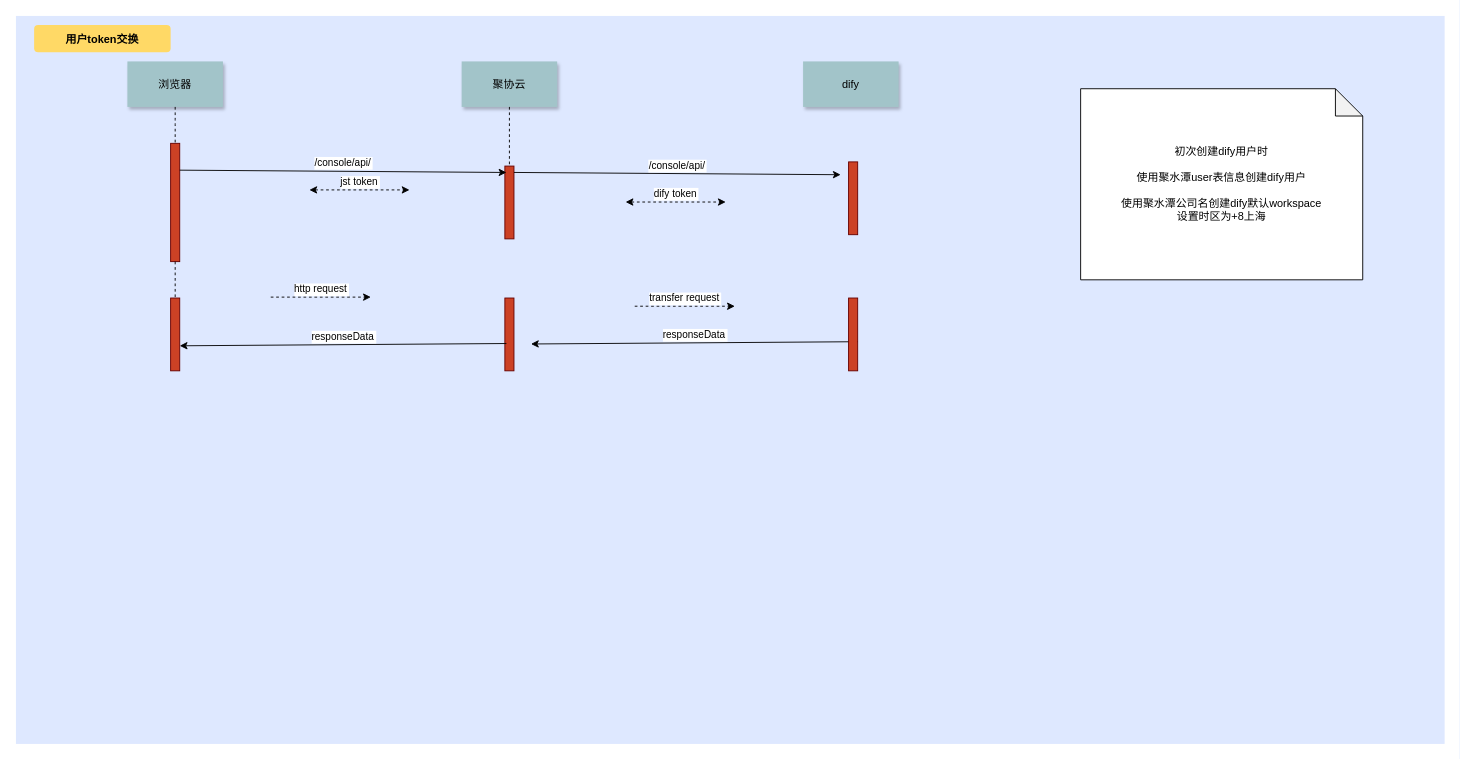
This is 未命名绘图.drawio from hijimo/flow-pics, a draw.io file, before an edit. Source tidied: cells renumbered, new cells numbered last; positions are measured from the earlier drawing's top-left corner, leaving out a move shared by most shapes. Both pictures are drawn from the tidied source at 91%, with x=0, y=0 at pixel (15, 15).
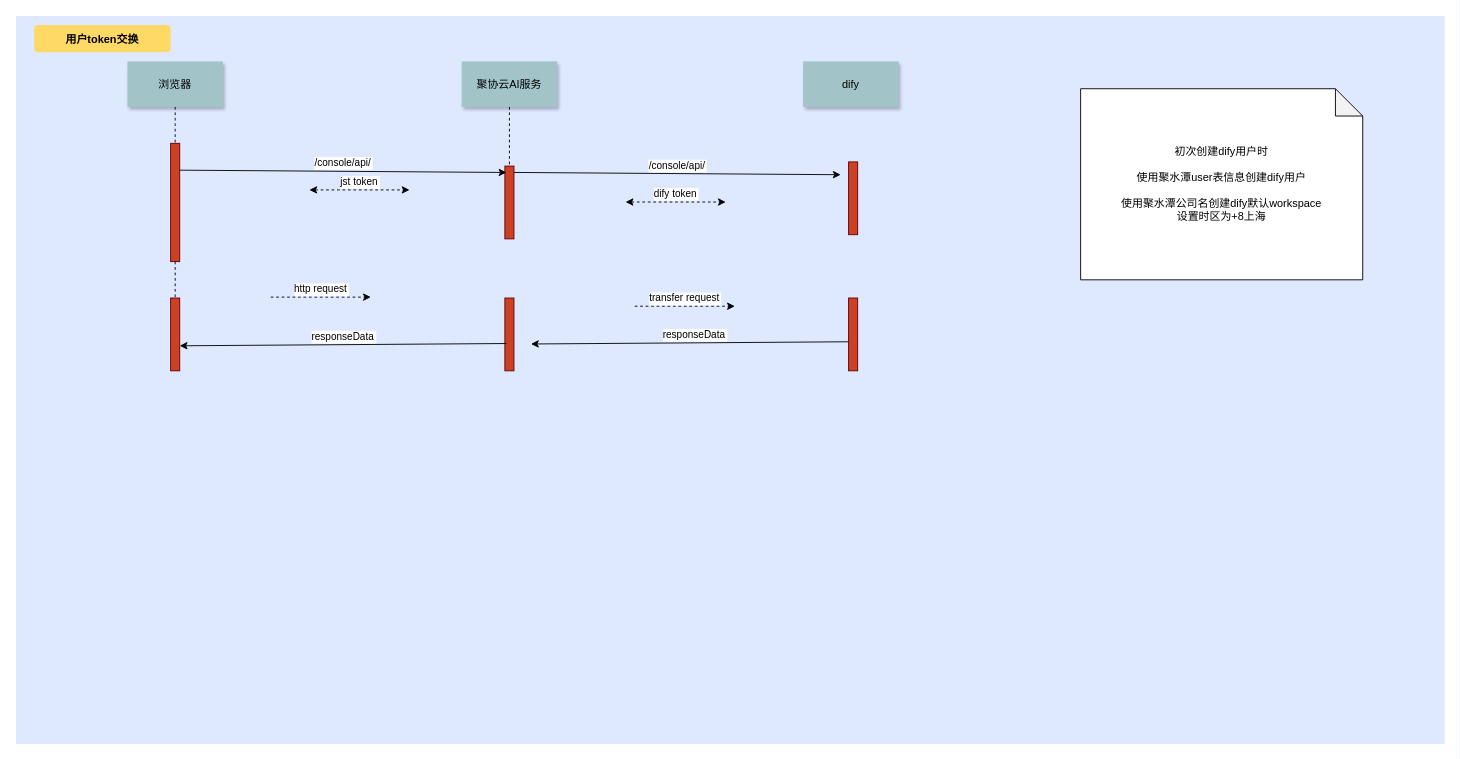
After the change.

Commit message:
更新未命名绘图.drawio

The edit, as a diff of the source:
```diff
@@
-    <mxCell id="6" value="聚协云" style="shadow=1;fillColor=#A2C4C9;strokeColor=none;" parent="1" vertex="1">
+    <mxCell id="6" value="聚协云AI服务" style="shadow=1;fillColor=#A2C4C9;strokeColor=none;" parent="1" vertex="1">
       <mxGeometry x="489.8" y="50" width="105" height="50" as="geometry" />
     </mxCell>
```
